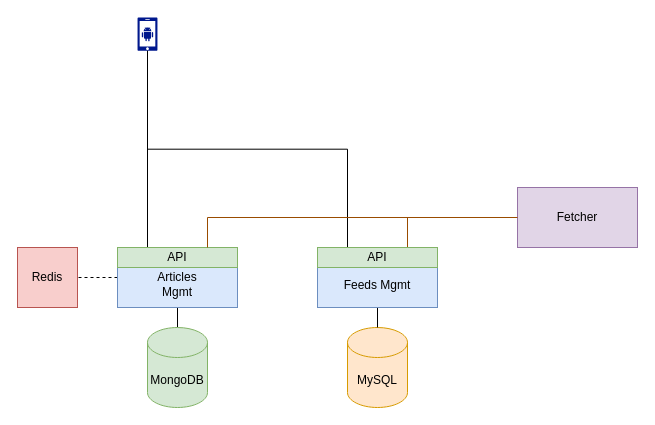
Above: page "Logical diagram" (1 of 2) of images/src/diagrams.drawio in gustavooferreira/news-app-docs (draw.io), before the change. Source tidied: cells renumbered, new cells numbered last; positions are measured from the earlier drawing's top-left corner, leaving out a move shared by most shapes. Both pictures are drawn from the tidied source at 100%, with x=0, y=0 at pixel (17, 17).
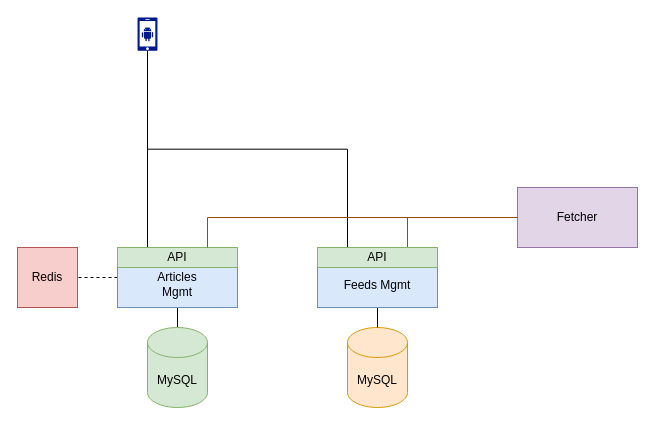
After the change.

What changed in the source:
```diff
@@
-    <mxCell id="6" value="MongoDB" style="shape=cylinder3;whiteSpace=wrap;html=1;boundedLbl=1;backgroundOutline=1;size=15;fillColor=#d5e8d4;strokeColor=#82b366;" parent="1" vertex="1">
+    <mxCell id="6" value="MySQL" style="shape=cylinder3;whiteSpace=wrap;html=1;boundedLbl=1;backgroundOutline=1;size=15;fillColor=#d5e8d4;strokeColor=#82b366;" parent="1" vertex="1">
       <mxGeometry x="130" y="310" width="60" height="80" as="geometry" />
     </mxCell>
```
